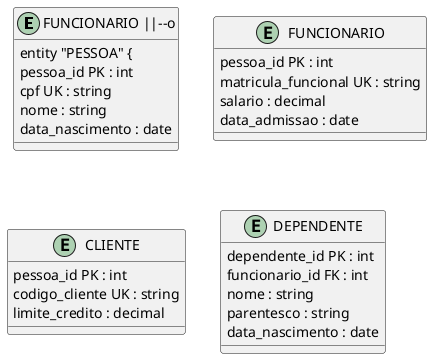
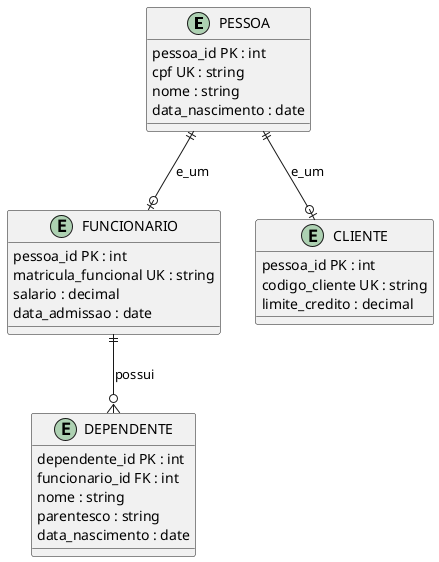
@startuml
' Convertido de: BD-05-EspecializacaoGeneralizacao.mmd
' Visualizar em: https://plantuml.com/

- ' ER Diagram - PlantUML nao suporta nativamente erDiagram
- ' Use a sintaxe class ou object para representar entidades
+ ' ER Diagram - notacao Crow's Foot (entity + relacionamentos)
+ ' PESSOA e a super-entidade; FUNCIONARIO e CLIENTE sao especializacoes.

- ' relationship: PESSOA ||--o| FUNCIONARIO : "e_um"
- ' relationship: PESSOA ||--o| CLIENTE : "e_um"
- entity "FUNCIONARIO ||--o" {
entity "PESSOA" {
  pessoa_id PK : int
  cpf UK : string
  nome : string
  data_nascimento : date
}
entity "FUNCIONARIO" {
  pessoa_id PK : int
  matricula_funcional UK : string
  salario : decimal
  data_admissao : date
}
entity "CLIENTE" {
  pessoa_id PK : int
  codigo_cliente UK : string
  limite_credito : decimal
}
entity "DEPENDENTE" {
  dependente_id PK : int
  funcionario_id FK : int
  nome : string
  parentesco : string
  data_nascimento : date
}
- @enduml+ PESSOA ||--o| FUNCIONARIO : e_um
+ PESSOA ||--o| CLIENTE : e_um
+ FUNCIONARIO ||--o{ DEPENDENTE : possui
+ @enduml
